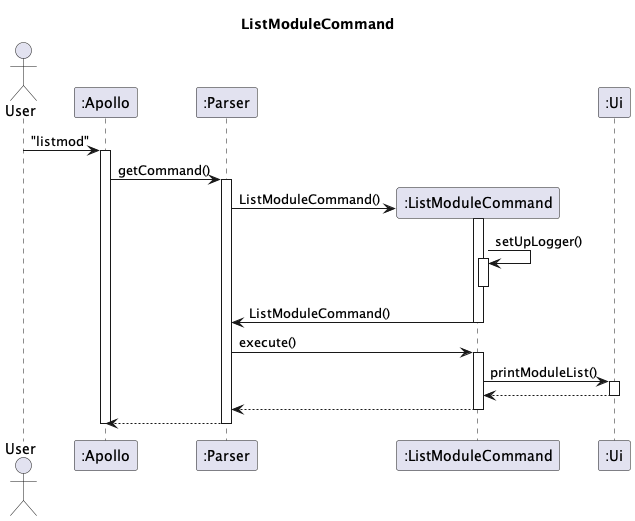
The PlantUML diagram docs/uml-diagrams/ListMod-ListModuleCommand.png in nus-cs2113-AY2223S2/tp, before a commit.
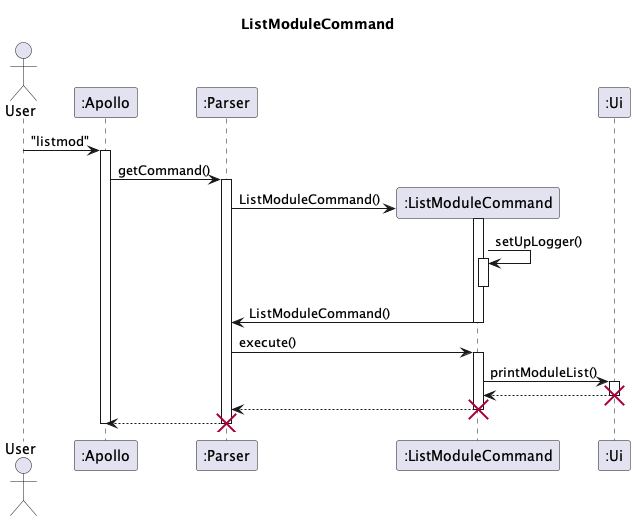
Above is the later version.

Commit message:
Add crosses to UML diagrams

What changed in the source:
```diff
@@ -31,11 +31,13 @@
 activate Ui
 Ui --> ListMod
 deactivate Ui
-
+destroy Ui
 ListMod --> Parser
 
 deactivate ListMod
+destroy ListMod
 Parser --> Apollo
 deactivate Parser
+destroy Parser
 deactivate Apollo
 @enduml
```
